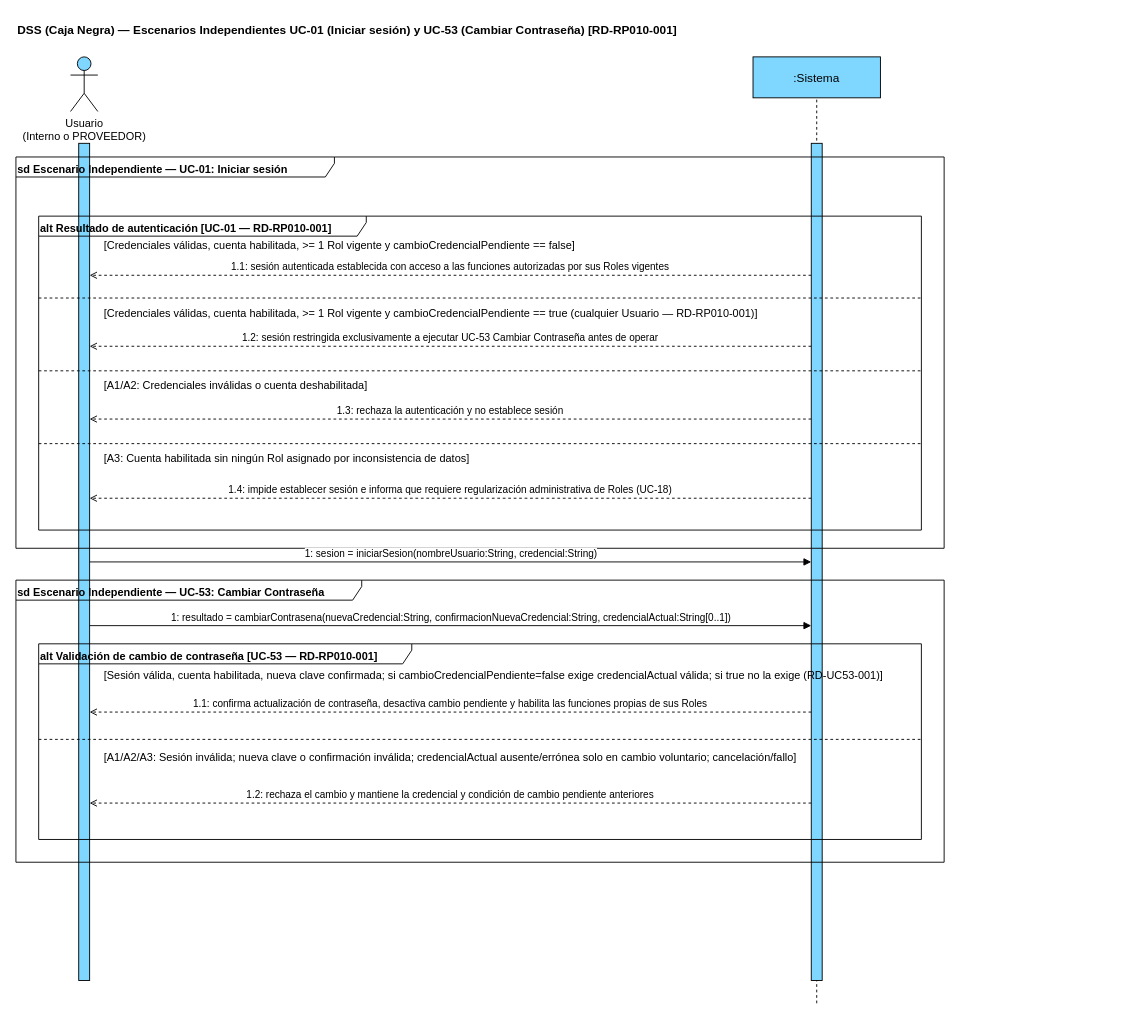
leandrito369/ale-milanesas keeps this draw.io diagram as page "DSS REV02 - UC-01 y UC-53 (Todo Usuario)" (1 of 2) of docs/08-diagramas/revision/REV02_SEGURIDAD/propuestos/DSS_REV02_SEGURIDAD_CORREGIDO.drawio.xml. Above is the earlier version. Source tidied: cells renumbered, new cells numbered last; positions are measured from the earlier drawing's top-left corner, leaving out a move shared by most shapes. Both pictures are drawn from the tidied source at 91%, with x=0, y=0 at pixel (15, 15).
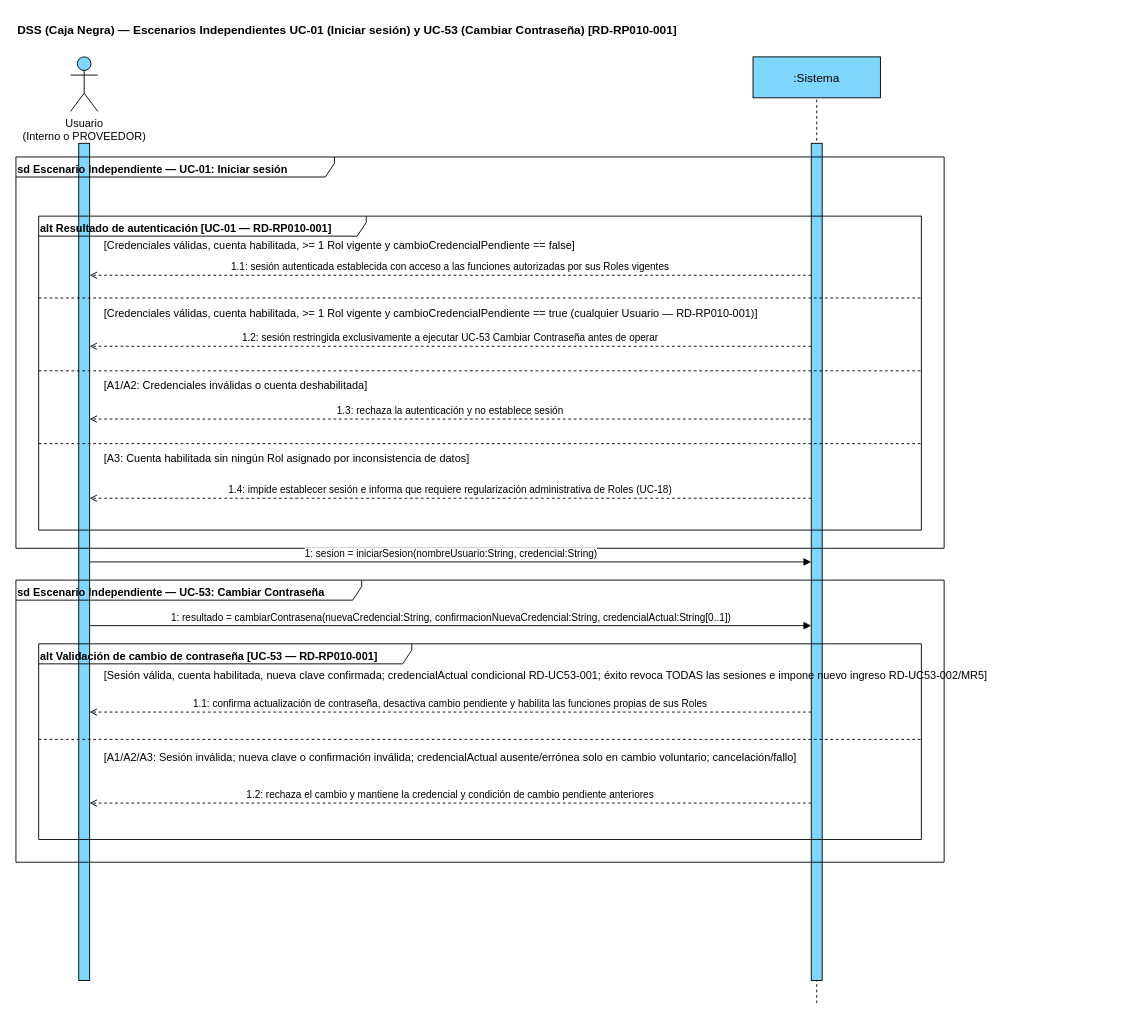
The same page after the edit.

Commit message (it also covers changes not shown here):
docs(I1): ratificar RD-UC53-002 revocación total y nuevo inicio de sesión

The edit, as a diff of the source:
```diff
@@
-    <mxCell id="25" value="[Sesión válida, cuenta habilitada, nueva clave confirmada; si cambioCredencialPendiente=false exige credencialActual válida; si true no la exige (RD-UC53-001)]" style="text;html=1;strokeColor=none;fillColor=none;align=left;verticalAlign=middle;" parent="1" vertex="1">
+    <mxCell id="25" value="[Sesión válida, cuenta habilitada, nueva clave confirmada; credencialActual condicional RD-UC53-001; éxito revoca TODAS las sesiones e impone nuevo ingreso RD-UC53-002/MR5]" style="text;html=1;strokeColor=none;fillColor=none;align=left;verticalAlign=middle;" parent="1" vertex="1">
       <mxGeometry x="95" y="715" width="680" height="20" as="geometry" />
     </mxCell>
```
